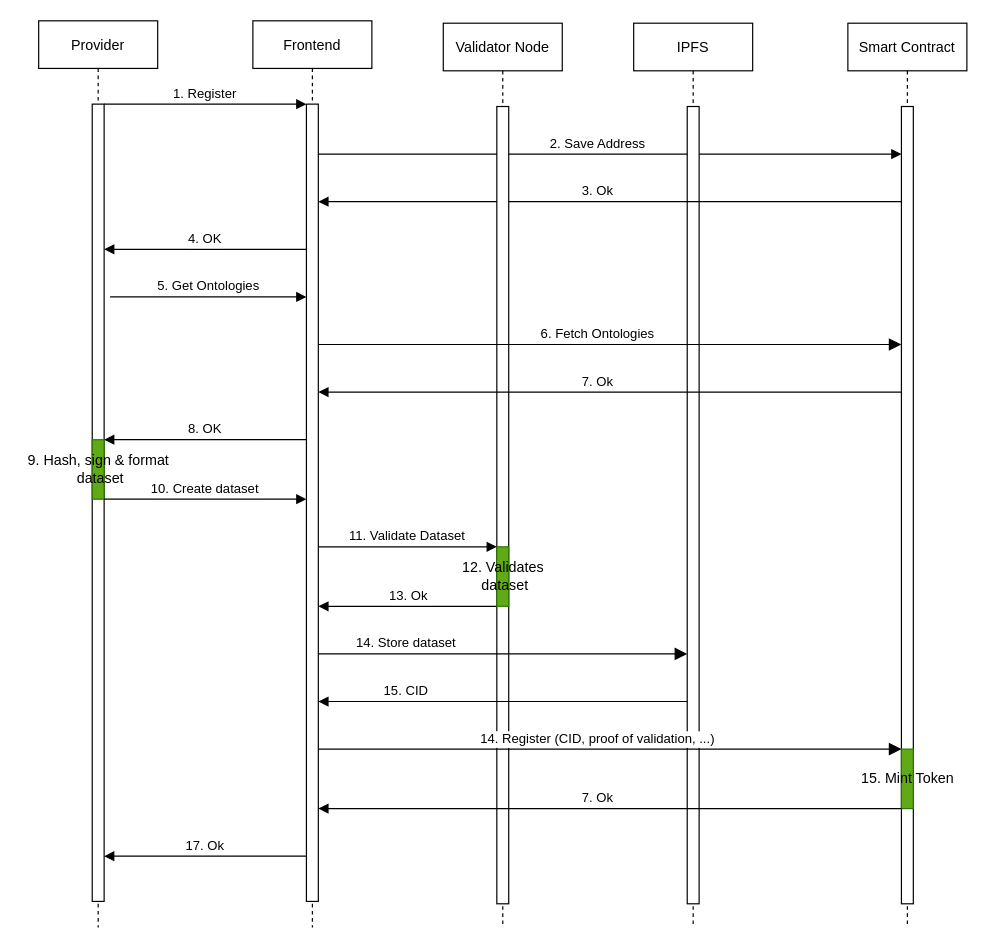
Before: diagrams/sequence_diagram/provider.drawio in taia-x/taia-x, a draw.io diagram. Source tidied: cells renumbered, new cells numbered last; positions are measured from the earlier drawing's top-left corner, leaving out a move shared by most shapes. Both pictures are drawn from the tidied source at 119%, with x=0, y=0 at pixel (20, 20).
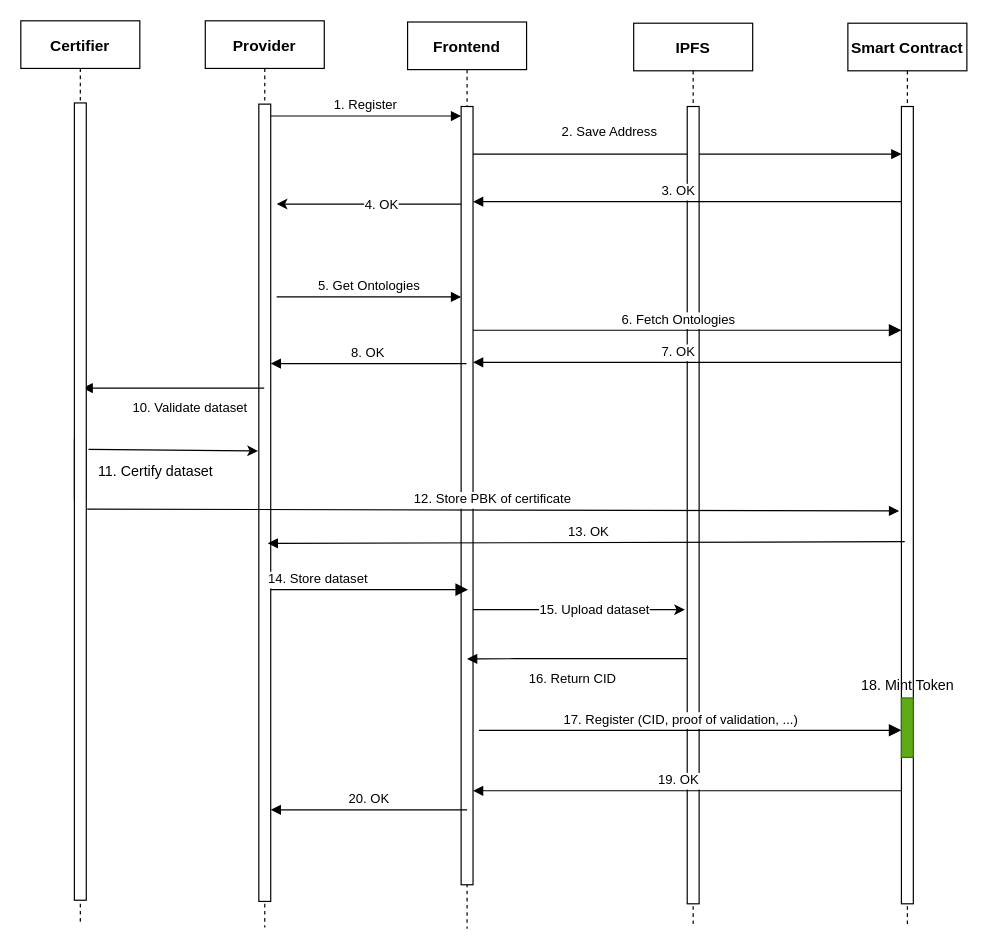
After the change.

Commit message:
Update provider diagram

Unchanged cells that the change refers to:
```xml
<mxCell id="3" style="points=[];perimeter=orthogonalPerimeter;rounded=0;shadow=0;strokeWidth=1;" parent="2" vertex="1">
  <mxGeometry x="45" y="70" width="10" height="670" as="geometry" />
</mxCell>
<mxCell id="9" style="points=[];perimeter=orthogonalPerimeter;rounded=0;shadow=0;strokeWidth=1;" parent="8" vertex="1">
  <mxGeometry x="45" y="70" width="10" height="670" as="geometry" />
</mxCell>
<mxCell id="11" style="points=[];perimeter=orthogonalPerimeter;rounded=0;shadow=0;strokeWidth=1;" parent="10" vertex="1">
  <mxGeometry x="45" y="70" width="10" height="670" as="geometry" />
</mxCell>
```

What changed in the source:
```diff
@@
-    <mxCell id="2" value="Provider" style="shape=umlLifeline;perimeter=lifelinePerimeter;rounded=0;shadow=0;strokeWidth=1;" parent="1" vertex="1">
-      <mxGeometry x="15" width="100" height="762" as="geometry" />
+    <mxCell id="2" value="Provider" style="shape=umlLifeline;perimeter=lifelinePerimeter;rounded=0;shadow=0;strokeWidth=1;fontStyle=1;fontSize=13;" parent="1" vertex="1">
+      <mxGeometry x="155" width="100" height="762" as="geometry" />
     </mxCell>
+    <mxCell id="34" style="endArrow=classic;html=1;" parent="2" edge="1">
+      <mxGeometry relative="1" as="geometry">
+        <mxPoint x="219.5" y="154" as="sourcePoint" />
+        <mxPoint x="60" y="154" as="targetPoint" />
+        <Array as="points">
+          <mxPoint x="200" y="154" />
+          <mxPoint x="130" y="154" />
+        </Array>
+      </mxGeometry>
+    </mxCell>
+    <mxCell id="18" value="4. OK" style="edgeLabel;html=1;align=center;verticalAlign=middle;" parent="34" vertex="1">
+      <mxGeometry x="-0.1" relative="1" as="geometry" />
+    </mxCell>
@@
-    <mxCell id="4" value="Frontend" style="shape=umlLifeline;perimeter=lifelinePerimeter;rounded=0;shadow=0;strokeWidth=1;" parent="1" vertex="1">
-      <mxGeometry x="195" width="100" height="762" as="geometry" />
+    <mxCell id="4" value="Frontend" style="shape=umlLifeline;perimeter=lifelinePerimeter;rounded=0;shadow=0;strokeWidth=1;fontStyle=1;fontSize=13;" parent="1" vertex="1">
+      <mxGeometry x="325" y="1" width="100" height="762" as="geometry" />
     </mxCell>
     <mxCell id="5" style="points=[];perimeter=orthogonalPerimeter;rounded=0;shadow=0;strokeWidth=1;" parent="4" vertex="1">
-      <mxGeometry x="45" y="70" width="10" height="670" as="geometry" />
+      <mxGeometry x="45" y="71" width="10" height="654" as="geometry" />
     </mxCell>
-    <mxCell id="6" value="1. Register" style="verticalAlign=bottom;endArrow=block;entryX=0;entryY=0;shadow=0;strokeWidth=1;" parent="1" edge="1" source="3" target="5">
-      <mxGeometry relative="1" as="geometry" />
+    <mxCell id="6" value="1. Register" style="verticalAlign=bottom;endArrow=block;entryX=0;entryY=0;shadow=0;strokeWidth=1;" parent="1" edge="1">
+      <mxGeometry relative="1" as="geometry">
+        <mxPoint x="210" y="80" as="sourcePoint" />
+        <mxPoint x="370" y="80" as="targetPoint" />
+      </mxGeometry>
     </mxCell>
     <mxCell id="7" value="2. Save Address" style="verticalAlign=bottom;endArrow=block;shadow=0;strokeWidth=1;" parent="1" edge="1" source="5" target="11">
-      <mxGeometry x="-0.04" relative="1" as="geometry">
+      <mxGeometry x="-0.36" y="10" relative="1" as="geometry">
         <Array as="points">
           <mxPoint x="585" y="112" />
         </Array>
       </mxGeometry>
     </mxCell>
-    <mxCell id="8" value="IPFS" style="shape=umlLifeline;perimeter=lifelinePerimeter;rounded=0;shadow=0;strokeWidth=1;" parent="1" vertex="1">
+    <mxCell id="8" value="IPFS" style="shape=umlLifeline;perimeter=lifelinePerimeter;rounded=0;shadow=0;strokeWidth=1;fontStyle=1;fontSize=13;" parent="1" vertex="1">
       <mxGeometry x="515" y="2" width="100" height="760" as="geometry" />
     </mxCell>
@@
-    <mxCell id="10" value="Smart Contract" style="shape=umlLifeline;perimeter=lifelinePerimeter;rounded=0;shadow=0;strokeWidth=1;" parent="1" vertex="1">
+    <mxCell id="10" value="Smart Contract" style="shape=umlLifeline;perimeter=lifelinePerimeter;rounded=0;shadow=0;strokeWidth=1;fontStyle=1;fontSize=13;" parent="1" vertex="1">
       <mxGeometry x="695" y="2" width="100" height="760" as="geometry" />
     </mxCell>
@@
-    <mxCell id="12" value="3. Ok" style="verticalAlign=bottom;endArrow=none;shadow=0;strokeWidth=1;startArrow=block;startFill=1;endFill=0;" parent="1" edge="1" source="5" target="11">
+    <mxCell id="12" value="3. OK" style="verticalAlign=bottom;endArrow=none;shadow=0;strokeWidth=1;startArrow=block;startFill=1;endFill=0;" parent="1" edge="1" source="5" target="11">
       <mxGeometry x="-0.04" relative="1" as="geometry">
         <Array as="points">
           <mxPoint x="395" y="152" />
           <mxPoint x="585" y="152" />
+          <mxPoint x="675" y="152" />
         </Array>
       </mxGeometry>
     </mxCell>
     <mxCell id="13" style="perimeter=orthogonalPerimeter;rounded=0;shadow=0;strokeWidth=1;fillColor=#60a917;strokeColor=#2D7600;fontColor=#ffffff;" parent="1" vertex="1">
-      <mxGeometry x="60" y="352" width="10" height="50" as="geometry" />
+      <mxGeometry x="45" y="352" width="10" height="50" as="geometry" />
     </mxCell>
-    <mxCell id="14" value="Validator Node" style="shape=umlLifeline;perimeter=lifelinePerimeter;rounded=0;shadow=0;strokeWidth=1;" parent="1" vertex="1">
-      <mxGeometry x="355" y="2" width="100" height="760" as="geometry" />
-    </mxCell>
-    <mxCell id="15" style="points=[];perimeter=orthogonalPerimeter;rounded=0;shadow=0;strokeWidth=1;" parent="14" vertex="1">
-      <mxGeometry x="45" y="70" width="10" height="670" as="geometry" />
-    </mxCell>
     <mxCell id="16" value="5. Get Ontologies" style="verticalAlign=bottom;endArrow=block;shadow=0;strokeWidth=1;" parent="1" edge="1" target="5">
       <mxGeometry relative="1" as="geometry">
-        <mxPoint x="75" y="232" as="sourcePoint" />
+        <mxPoint x="215" y="232" as="sourcePoint" />
       </mxGeometry>
     </mxCell>
-    <mxCell id="17" value="6. Fetch Ontologies" style="verticalAlign=bottom;endArrow=block;endSize=8;shadow=0;strokeWidth=1;endFill=1;" parent="1" edge="1" source="5" target="11">
+    <mxCell id="17" value="6. Fetch Ontologies" style="verticalAlign=bottom;endArrow=block;endSize=8;shadow=0;strokeWidth=1;endFill=1;" parent="1" edge="1">
       <mxGeometry x="-0.04" relative="1" as="geometry">
+        <mxPoint x="380" y="260" as="sourcePoint" />
+        <mxPoint x="740" y="260" as="targetPoint" />
         <Array as="points">
-          <mxPoint x="530" y="272" />
+          <mxPoint x="530" y="260" />
         </Array>
       </mxGeometry>
     </mxCell>
-    <mxCell id="18" value="4. OK" style="verticalAlign=bottom;endArrow=none;shadow=0;strokeWidth=1;startArrow=block;startFill=1;endFill=0;" parent="1" edge="1" target="5">
-      <mxGeometry relative="1" as="geometry">
-        <mxPoint x="70" y="192" as="sourcePoint" />
-        <Array as="points">
-          <mxPoint x="90" y="192" />
-        </Array>
-      </mxGeometry>
-    </mxCell>
-    <mxCell id="19" value="7. Ok" style="verticalAlign=bottom;endArrow=none;endSize=8;shadow=0;strokeWidth=1;endFill=0;startArrow=block;startFill=1;" parent="1" edge="1" source="5" target="11">
+    <mxCell id="19" value="7. OK" style="verticalAlign=bottom;endArrow=none;endSize=8;shadow=0;strokeWidth=1;endFill=0;startArrow=block;startFill=1;" parent="1" edge="1">
       <mxGeometry x="-0.04" relative="1" as="geometry">
+        <mxPoint x="380" y="287" as="sourcePoint" />
+        <mxPoint x="740" y="287" as="targetPoint" />
         <Array as="points">
-          <mxPoint x="530" y="312" />
+          <mxPoint x="530" y="287" />
         </Array>
       </mxGeometry>
     </mxCell>
-    <mxCell id="20" value="8. OK" style="verticalAlign=bottom;endArrow=none;entryX=0;entryY=0;shadow=0;strokeWidth=1;startArrow=block;startFill=1;endFill=0;" parent="1" edge="1" source="3">
+    <mxCell id="20" value="8. OK" style="verticalAlign=bottom;endArrow=none;shadow=0;strokeWidth=1;startArrow=block;startFill=1;endFill=0;" parent="1" edge="1">
       <mxGeometry relative="1" as="geometry">
-        <mxPoint x="240" y="352" as="targetPoint" />
+        <mxPoint x="210" y="288" as="sourcePoint" />
+        <mxPoint x="374.5" y="288" as="targetPoint" />
       </mxGeometry>
     </mxCell>
-    <mxCell id="21" value="14. Register (CID, proof of validation, ...)" style="verticalAlign=bottom;endArrow=block;endSize=8;shadow=0;strokeWidth=1;endFill=1;" parent="1" edge="1" source="5" target="11">
+    <mxCell id="21" value="17. Register (CID, proof of validation, ...)" style="verticalAlign=bottom;endArrow=block;endSize=8;shadow=0;strokeWidth=1;endFill=1;exitX=1.5;exitY=0.797;exitDx=0;exitDy=0;exitPerimeter=0;" parent="1" edge="1">
       <mxGeometry x="-0.04" relative="1" as="geometry">
-        <Array as="points">
-          <mxPoint x="360" y="612" />
-        </Array>
+        <mxPoint x="385" y="596.2" as="sourcePoint" />
+        <mxPoint x="740" y="596.2" as="targetPoint" />
       </mxGeometry>
     </mxCell>
-    <mxCell id="22" value="10. Create dataset" style="verticalAlign=bottom;endArrow=block;shadow=0;strokeWidth=1;" parent="1" edge="1" target="5">
-      <mxGeometry relative="1" as="geometry">
-        <mxPoint x="70" y="402" as="sourcePoint" />
+    <mxCell id="22" value="10. Validate dataset" style="verticalAlign=bottom;endArrow=block;shadow=0;strokeWidth=1;entryX=0.519;entryY=0.414;entryDx=0;entryDy=0;entryPerimeter=0;" parent="1" edge="1">
+      <mxGeometry x="-0.19" y="26" relative="1" as="geometry">
+        <mxPoint x="204.5" y="308.6" as="sourcePoint" />
+        <mxPoint x="51.9" y="308.6" as="targetPoint" />
       </mxGeometry>
     </mxCell>
-    <mxCell id="23" value="13. Ok" style="verticalAlign=bottom;endArrow=none;endSize=8;shadow=0;strokeWidth=1;endFill=0;startArrow=block;startFill=1;" parent="1" edge="1" source="5" target="15">
+    <mxCell id="23" value="13. OK" style="verticalAlign=bottom;endArrow=none;endSize=8;shadow=0;strokeWidth=1;endFill=0;startArrow=block;startFill=1;entryX=0.282;entryY=0.516;entryDx=0;entryDy=0;entryPerimeter=0;exitX=0.525;exitY=0.55;exitDx=0;exitDy=0;exitPerimeter=0;" parent="1" edge="1">
       <mxGeometry x="0.01" relative="1" as="geometry">
-        <Array as="points">
-          <mxPoint x="360" y="492" />
-        </Array>
+        <mxPoint x="207.5" y="439.1" as="sourcePoint" />
+        <mxPoint x="742.8" y="437.7" as="targetPoint" />
       </mxGeometry>
     </mxCell>
-    <mxCell id="24" style="perimeter=orthogonalPerimeter;rounded=0;shadow=0;strokeWidth=1;fillColor=#60a917;strokeColor=#2D7600;fontColor=#ffffff;" parent="1" vertex="1">
-      <mxGeometry x="400" y="442" width="10" height="50" as="geometry" />
-    </mxCell>
-    <mxCell id="25" value="9. Hash, sign &amp;amp; format&lt;br&gt;&amp;nbsp;dataset" style="text;html=1;align=center;verticalAlign=middle;strokeColor=none;" parent="1" vertex="1">
-      <mxGeometry y="362" width="130" height="30" as="geometry" />
-    </mxCell>
-    <mxCell id="26" value="12. Validates&lt;br&gt;&amp;nbsp;dataset" style="text;html=1;align=center;verticalAlign=middle;strokeColor=none;" parent="1" vertex="1">
-      <mxGeometry x="365" y="452" width="80" height="30" as="geometry" />
-    </mxCell>
-    <mxCell id="27" value="14. Store dataset" style="verticalAlign=bottom;endArrow=block;endSize=8;shadow=0;strokeWidth=1;endFill=1;startArrow=none;startFill=0;" parent="1" edge="1" source="5">
+    <mxCell id="27" value="14. Store dataset" style="verticalAlign=bottom;endArrow=block;endSize=8;shadow=0;strokeWidth=1;endFill=1;startArrow=none;startFill=0;entryX=0.508;entryY=0.626;entryDx=0;entryDy=0;entryPerimeter=0;" parent="1" edge="1" target="4">
       <mxGeometry x="-0.52" relative="1" as="geometry">
-        <mxPoint x="560" y="532" as="targetPoint" />
+        <mxPoint x="210" y="478" as="sourcePoint" />
         <Array as="points">
-          <mxPoint x="525" y="532" />
+          <mxPoint x="325" y="478" />
         </Array>
       </mxGeometry>
     </mxCell>
     <mxCell id="28" style="perimeter=orthogonalPerimeter;rounded=0;shadow=0;strokeWidth=1;fillColor=#60a917;strokeColor=#2D7600;fontColor=#ffffff;" parent="1" vertex="1">
-      <mxGeometry x="740" y="612" width="10" height="50" as="geometry" />
+      <mxGeometry x="740" y="569" width="10" height="50" as="geometry" />
     </mxCell>
-    <mxCell id="29" value="15. Mint Token" style="text;html=1;align=center;verticalAlign=middle;strokeColor=none;" parent="1" vertex="1">
-      <mxGeometry x="700" y="627" width="90" height="20" as="geometry" />
+    <mxCell id="29" value="18. Mint Token" style="text;html=1;align=center;verticalAlign=middle;strokeColor=none;" parent="1" vertex="1">
+      <mxGeometry x="700" y="549" width="90" height="20" as="geometry" />
     </mxCell>
-    <mxCell id="30" value="17. Ok" style="verticalAlign=bottom;endArrow=none;entryX=0;entryY=0;shadow=0;strokeWidth=1;startArrow=block;startFill=1;endFill=0;" parent="1" edge="1">
+    <mxCell id="30" value="20. OK" style="verticalAlign=bottom;endArrow=none;shadow=0;strokeWidth=1;startArrow=block;startFill=1;endFill=0;" parent="1" edge="1">
       <mxGeometry relative="1" as="geometry">
-        <mxPoint x="70" y="702" as="sourcePoint" />
-        <mxPoint x="240" y="702" as="targetPoint" />
+        <mxPoint x="210" y="663" as="sourcePoint" />
+        <mxPoint x="375" y="663" as="targetPoint" />
       </mxGeometry>
     </mxCell>
-    <mxCell id="31" value="11. Validate Dataset" style="verticalAlign=bottom;endArrow=block;shadow=0;strokeWidth=1;" parent="1" edge="1" target="15">
+    <mxCell id="31" value="12. Store PBK of certificate" style="verticalAlign=bottom;endArrow=block;shadow=0;strokeWidth=1;exitX=1.076;exitY=0.478;exitDx=0;exitDy=0;exitPerimeter=0;entryX=-0.188;entryY=0.476;entryDx=0;entryDy=0;entryPerimeter=0;" parent="1" edge="1">
       <mxGeometry relative="1" as="geometry">
-        <mxPoint x="250" y="442" as="sourcePoint" />
+        <mxPoint x="55.8" y="410.3" as="sourcePoint" />
+        <mxPoint x="738.1" y="411.9" as="targetPoint" />
       </mxGeometry>
     </mxCell>
-    <mxCell id="32" value="15. CID" style="verticalAlign=bottom;endArrow=none;endSize=8;shadow=0;strokeWidth=1;endFill=0;startArrow=block;startFill=1;" parent="1" edge="1" target="9">
-      <mxGeometry x="-0.52" relative="1" as="geometry">
-        <mxPoint x="250" y="572" as="sourcePoint" />
+    <mxCell id="32" value="16. Return CID" style="verticalAlign=bottom;endArrow=none;endSize=8;shadow=0;strokeWidth=1;endFill=0;startArrow=block;startFill=1;exitX=0.5;exitY=0.67;exitDx=0;exitDy=0;exitPerimeter=0;" parent="1" edge="1">
+      <mxGeometry x="-0.03" y="-26" relative="1" as="geometry">
+        <mxPoint x="375" y="536.2" as="sourcePoint" />
+        <mxPoint x="560" y="536" as="targetPoint" />
         <Array as="points">
-          <mxPoint x="365" y="572" />
+          <mxPoint x="425" y="536" />
         </Array>
+        <mxPoint x="-1" as="offset" />
       </mxGeometry>
     </mxCell>
-    <mxCell id="33" value="7. Ok" style="verticalAlign=bottom;endArrow=none;endSize=8;shadow=0;strokeWidth=1;endFill=0;startArrow=block;startFill=1;" parent="1" edge="1" source="5" target="11">
+    <mxCell id="33" value="19. OK" style="verticalAlign=bottom;endArrow=none;endSize=8;shadow=0;strokeWidth=1;endFill=0;startArrow=block;startFill=1;" parent="1" edge="1">
       <mxGeometry x="-0.04" relative="1" as="geometry">
+        <mxPoint x="380" y="647" as="sourcePoint" />
+        <mxPoint x="740" y="647" as="targetPoint" />
         <Array as="points">
-          <mxPoint x="525" y="662" />
+          <mxPoint x="525" y="647" />
         </Array>
       </mxGeometry>
     </mxCell>
+    <mxCell id="35" style="group;" parent="1" vertex="1">
+      <mxGeometry width="130" height="760" as="geometry" />
+    </mxCell>
+    <mxCell id="14" value="Certifier" style="shape=umlLifeline;perimeter=lifelinePerimeter;rounded=0;shadow=0;strokeWidth=1;fontStyle=1;fontSize=13;" parent="35" vertex="1">
+      <mxGeometry width="100" height="760" as="geometry" />
+    </mxCell>
+    <mxCell id="15" style="points=[];perimeter=orthogonalPerimeter;rounded=0;shadow=0;strokeWidth=1;" parent="35" vertex="1">
+      <mxGeometry x="45" y="69" width="10" height="670" as="geometry" />
+    </mxCell>
+    <mxCell id="36" style="endArrow=classic;html=1;entryX=-0.188;entryY=0.625;entryDx=0;entryDy=0;entryPerimeter=0;" parent="1" edge="1">
+      <mxGeometry relative="1" as="geometry">
+        <mxPoint x="380" y="494.8" as="sourcePoint" />
+        <mxPoint x="558.1" y="494.8" as="targetPoint" />
+      </mxGeometry>
+    </mxCell>
+    <mxCell id="37" value="15. Upload dataset" style="edgeLabel;html=1;align=center;verticalAlign=middle;" parent="36" vertex="1">
+      <mxGeometry x="0.13" relative="1" as="geometry" />
+    </mxCell>
+    <mxCell id="38" style="endArrow=classic;html=1;exitX=1.194;exitY=0.427;exitDx=0;exitDy=0;exitPerimeter=0;entryX=-0.071;entryY=0.435;entryDx=0;entryDy=0;entryPerimeter=0;" parent="1" edge="1" target="3">
+      <mxGeometry relative="1" as="geometry">
+        <mxPoint x="56.9" y="360.1" as="sourcePoint" />
+      </mxGeometry>
+    </mxCell>
+    <mxCell id="39" value="&lt;span style=&quot;font-size: 12px&quot;&gt;11. Certify&amp;nbsp;dataset&lt;/span&gt;" style="edgeLabel;html=1;align=center;verticalAlign=middle;" parent="38" vertex="1">
+      <mxGeometry x="0.17" y="-3" relative="1" as="geometry">
+        <mxPoint x="-27" y="15" as="offset" />
+      </mxGeometry>
+    </mxCell>
```
